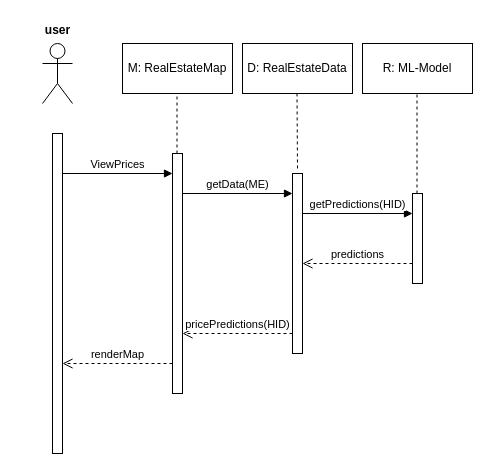
Earlier version of the draw.io diagram diagrams/housing_Sequence.drawio (benjamin-j-cooper/re-predictions-app). Source tidied: cells renumbered, new cells numbered last; positions are measured from the earlier drawing's top-left corner, leaving out a move shared by most shapes. Both pictures are drawn from the tidied source at 100%, with x=0, y=0 at pixel (17, 17).
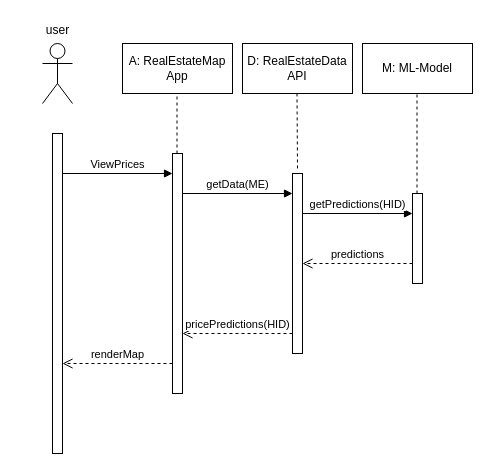
Above is the later version.

Change to the diagram source:
```diff
@@
-    <mxCell id="5" value="user" style="text;align=center;fontStyle=1;verticalAlign=middle;spacingLeft=3;spacingRight=3;strokeColor=none;html=1;" parent="1" vertex="1">
+    <mxCell id="5" value="user" style="text;align=center;fontStyle=0;verticalAlign=middle;spacingLeft=3;spacingRight=3;strokeColor=none;html=1;" parent="1" vertex="1">
       <mxGeometry width="80" height="26" as="geometry" />
     </mxCell>
-    <mxCell id="6" value="M: RealEstateMap" style="html=1;whiteSpace=wrap;" parent="1" vertex="1">
+    <mxCell id="6" value="A: RealEstateMap App" style="html=1;whiteSpace=wrap;" parent="1" vertex="1">
       <mxGeometry x="105" y="26" width="110" height="50" as="geometry" />
     </mxCell>
@@
-    <mxCell id="10" value="D: RealEstateData" style="html=1;whiteSpace=wrap;" parent="1" vertex="1">
+    <mxCell id="10" value="D: RealEstateData API" style="html=1;whiteSpace=wrap;" parent="1" vertex="1">
       <mxGeometry x="225" y="26" width="110" height="50" as="geometry" />
     </mxCell>
@@
-    <mxCell id="14" value="R: ML-Model" style="html=1;whiteSpace=wrap;" parent="1" vertex="1">
+    <mxCell id="14" value="M: ML-Model" style="html=1;whiteSpace=wrap;" parent="1" vertex="1">
       <mxGeometry x="345" y="26" width="110" height="50" as="geometry" />
     </mxCell>
```
